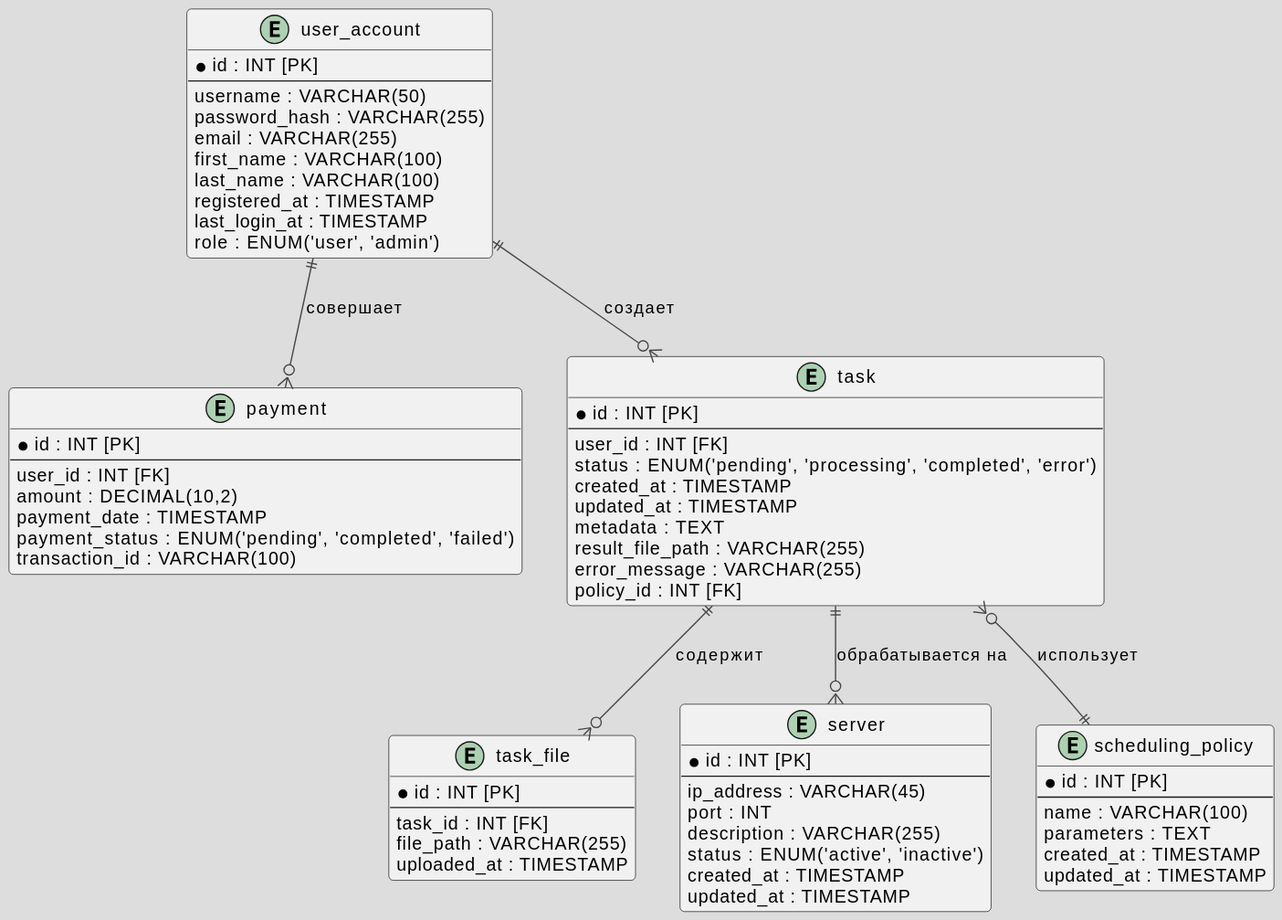
moevm/nosql2h24-transcribtion keeps this PlantUML diagram as assets/pg.svg. Above is the earlier version. Source of this version:
```plantuml
@startuml
!theme toy
entity "user_account" as UserAccount {
    * id : INT [PK]
    --
    username : VARCHAR(50)
    password_hash : VARCHAR(255)
    email : VARCHAR(255)
    first_name : VARCHAR(100)
    last_name : VARCHAR(100)
    registered_at : TIMESTAMP
    last_login_at : TIMESTAMP
    role : ENUM('user', 'admin')
}

entity "payment" as Payment {
    * id : INT [PK]
    --
    user_id : INT [FK]
    amount : DECIMAL(10,2)
    payment_date : TIMESTAMP
    payment_status : ENUM('pending', 'completed', 'failed')
    transaction_id : VARCHAR(100)
}

entity "task" as Task {
    * id : INT [PK]
    --
    user_id : INT [FK]
    status : ENUM('pending', 'processing', 'completed', 'error')
    created_at : TIMESTAMP
    updated_at : TIMESTAMP
    metadata : TEXT
    result_file_path : VARCHAR(255)
    error_message : VARCHAR(255)
    policy_id : INT [FK]
}

entity "task_file" as TaskFile {
    * id : INT [PK]
    --
    task_id : INT [FK]
    file_path : VARCHAR(255)
    uploaded_at : TIMESTAMP
}

entity "server" as Server {
    * id : INT [PK]
    --
    ip_address : VARCHAR(45)
    port : INT
    description : VARCHAR(255)
    status : ENUM('active', 'inactive')
    created_at : TIMESTAMP
    updated_at : TIMESTAMP
}

entity "scheduling_policy" as SchedulingPolicy {
    * id : INT [PK]
    --
    name : VARCHAR(100)
    parameters : TEXT
    created_at : TIMESTAMP
    updated_at : TIMESTAMP
}

UserAccount ||--o{ Payment : "совершает"
UserAccount ||--o{ Task : "создает"
Task ||--o{ TaskFile : "содержит"
Task }o--|| SchedulingPolicy : "использует"
Task ||--o{ Server : "обрабатывается на"
@enduml
```
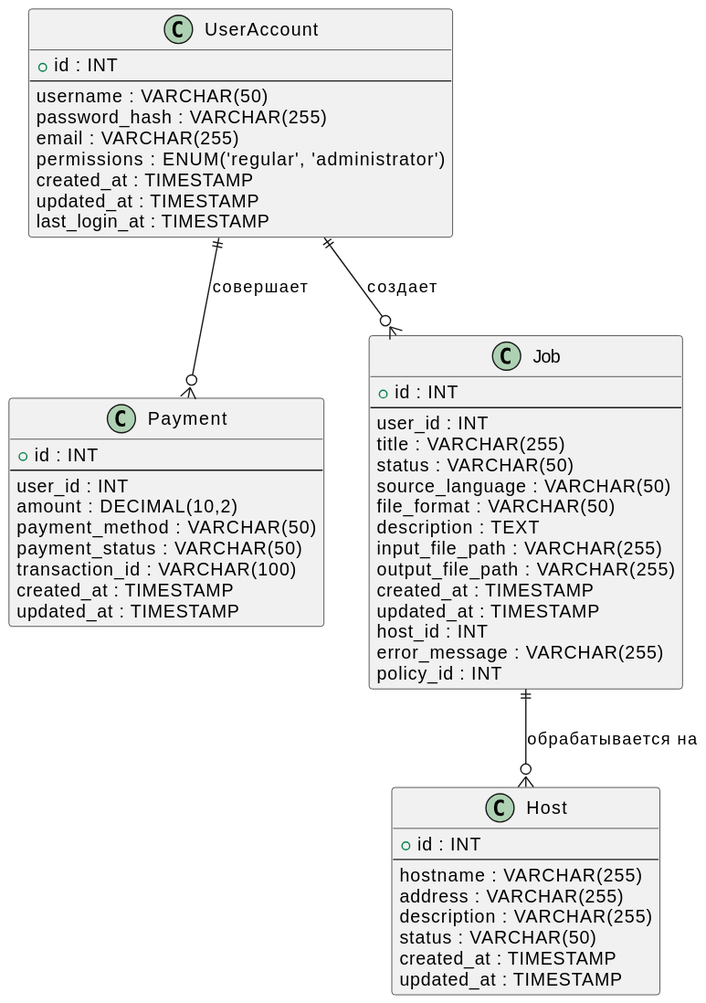
Above is the later version.

What changed in the source:
```diff
@@ -1,72 +1,65 @@
 @startuml
-!theme toy
-entity "user_account" as UserAccount {
-    * id : INT [PK]
+
+class UserAccount {
+    + id : INT
     --
     username : VARCHAR(50)
     password_hash : VARCHAR(255)
     email : VARCHAR(255)
-    first_name : VARCHAR(100)
-    last_name : VARCHAR(100)
-    registered_at : TIMESTAMP
+    permissions : ENUM('regular', 'administrator')
+    created_at : TIMESTAMP
+    updated_at : TIMESTAMP
     last_login_at : TIMESTAMP
-    role : ENUM('user', 'admin')
 }
 
-entity "payment" as Payment {
-    * id : INT [PK]
+class Payment {
+    + id : INT
     --
-    user_id : INT [FK]
+    user_id : INT
     amount : DECIMAL(10,2)
-    payment_date : TIMESTAMP
-    payment_status : ENUM('pending', 'completed', 'failed')
+    payment_method : VARCHAR(50)
+    payment_status : VARCHAR(50)
     transaction_id : VARCHAR(100)
-}
-
-entity "task" as Task {
-    * id : INT [PK]
-    --
-    user_id : INT [FK]
-    status : ENUM('pending', 'processing', 'completed', 'error')
-    created_at : TIMESTAMP
-    updated_at : TIMESTAMP
-    metadata : TEXT
-    result_file_path : VARCHAR(255)
-    error_message : VARCHAR(255)
-    policy_id : INT [FK]
-}
-
-entity "task_file" as TaskFile {
-    * id : INT [PK]
-    --
-    task_id : INT [FK]
-    file_path : VARCHAR(255)
-    uploaded_at : TIMESTAMP
-}
-
-entity "server" as Server {
-    * id : INT [PK]
-    --
-    ip_address : VARCHAR(45)
-    port : INT
-    description : VARCHAR(255)
-    status : ENUM('active', 'inactive')
     created_at : TIMESTAMP
     updated_at : TIMESTAMP
 }
 
-entity "scheduling_policy" as SchedulingPolicy {
-    * id : INT [PK]
+class Job {
+    + id : INT
     --
-    name : VARCHAR(100)
-    parameters : TEXT
+    user_id : INT
+    title : VARCHAR(255)
+    status : VARCHAR(50)
+    source_language : VARCHAR(50)
+    file_format : VARCHAR(50)
+    description : TEXT
+    input_file_path : VARCHAR(255)
+    output_file_path : VARCHAR(255)
+    created_at : TIMESTAMP
+    updated_at : TIMESTAMP
+    host_id : INT
+    error_message : VARCHAR(255)
+    policy_id : INT
+}
+
+
+class Host {
+    + id : INT
+    --
+    hostname : VARCHAR(255)
+    address : VARCHAR(255)
+    description : VARCHAR(255)
+    status : VARCHAR(50)
     created_at : TIMESTAMP
     updated_at : TIMESTAMP
 }
 
+
+
 UserAccount ||--o{ Payment : "совершает"
-UserAccount ||--o{ Task : "создает"
-Task ||--o{ TaskFile : "содержит"
-Task }o--|| SchedulingPolicy : "использует"
-Task ||--o{ Server : "обрабатывается на"
+
+UserAccount ||--o{ Job : "создает"
+
+
+Job ||--o{ Host : "обрабатывается на"
 @enduml
```
